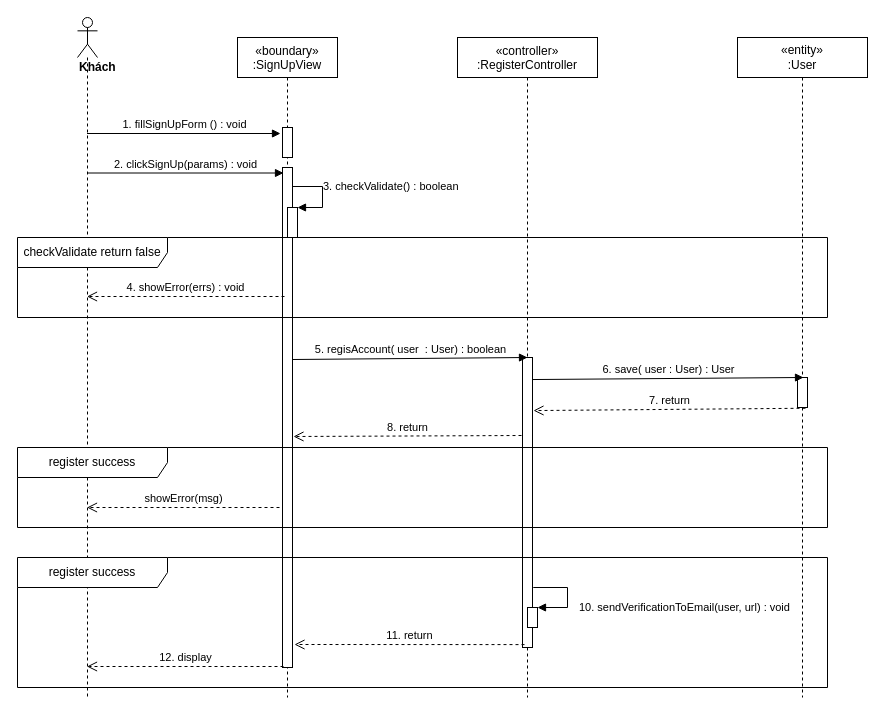
Above: sequence diagram/register-sequence-diagram.drawio in nguyenphamvan/datn_20202 (draw.io), before the change. Source tidied: cells renumbered, new cells numbered last; positions are measured from the earlier drawing's top-left corner, leaving out a move shared by most shapes. Both pictures are drawn from the tidied source at 100%, with x=0, y=0 at pixel (17, 17).
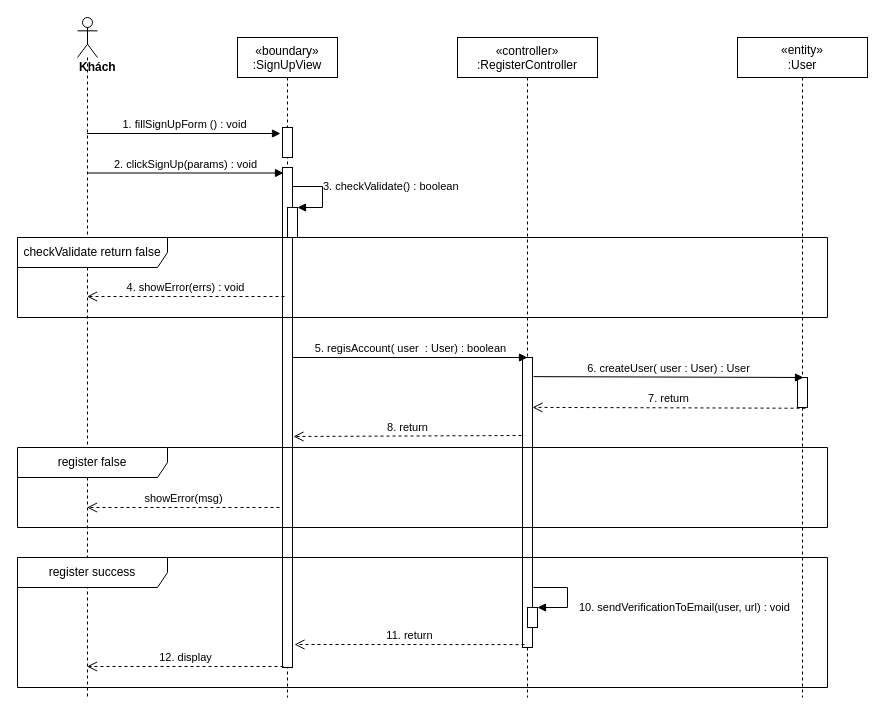
The same diagram, later.

Unchanged cells that the change refers to:
```xml
<mxCell id="3" style="html=1;points=[];perimeter=orthogonalPerimeter;" parent="2" vertex="1">
  <mxGeometry x="45" y="130" width="10" height="500" as="geometry" />
</mxCell>
<mxCell id="5" style="points=[];perimeter=orthogonalPerimeter;rounded=0;shadow=0;strokeWidth=1;" parent="4" vertex="1">
  <mxGeometry x="65" y="320" width="10" height="290" as="geometry" />
</mxCell>
<mxCell id="11" style="points=[];perimeter=orthogonalPerimeter;rounded=0;shadow=0;strokeWidth=1;" parent="10" vertex="1">
  <mxGeometry x="60" y="340" width="10" height="30" as="geometry" />
</mxCell>
```

What changed in the source:
```diff
@@
-    <mxCell id="9" value="5. regisAccount( user&amp;nbsp; : User) : boolean" style="html=1;verticalAlign=bottom;endArrow=block;entryX=0.5;entryY=0;entryDx=0;entryDy=0;entryPerimeter=0;startArrow=none;exitX=1;exitY=0.384;exitDx=0;exitDy=0;exitPerimeter=0;" parent="1" edge="1" source="3" target="5">
-      <mxGeometry relative="1" as="geometry" />
+    <mxCell id="9" value="5. regisAccount( user&amp;nbsp; : User) : boolean" style="html=1;verticalAlign=bottom;endArrow=block;entryX=0.5;entryY=0;entryDx=0;entryDy=0;entryPerimeter=0;startArrow=none;" parent="1" edge="1" target="5">
+      <mxGeometry relative="1" as="geometry">
+        <mxPoint x="275" y="340" as="sourcePoint" />
+      </mxGeometry>
     </mxCell>
@@
-    <mxCell id="12" value="6. save( user : User) : User" style="html=1;verticalAlign=bottom;endArrow=block;entryX=0.6;entryY=0;entryDx=0;entryDy=0;entryPerimeter=0;exitX=1;exitY=0.076;exitDx=0;exitDy=0;exitPerimeter=0;" parent="1" edge="1" source="5" target="11">
+    <mxCell id="12" value="6. createUser( user : User) : User" style="html=1;verticalAlign=bottom;endArrow=block;entryX=0.6;entryY=0;entryDx=0;entryDy=0;entryPerimeter=0;exitX=1.1;exitY=0.066;exitDx=0;exitDy=0;exitPerimeter=0;" parent="1" edge="1" source="5" target="11">
       <mxGeometry relative="1" as="geometry" />
     </mxCell>
-    <mxCell id="13" value="7. return" style="html=1;verticalAlign=bottom;endArrow=open;dashed=1;endSize=8;exitX=0.8;exitY=1.025;exitDx=0;exitDy=0;exitPerimeter=0;entryX=1.1;entryY=0.183;entryDx=0;entryDy=0;entryPerimeter=0;" parent="1" edge="1" source="11" target="5">
+    <mxCell id="13" value="7. return" style="html=1;verticalAlign=bottom;endArrow=open;dashed=1;endSize=8;exitX=0.8;exitY=1.025;exitDx=0;exitDy=0;exitPerimeter=0;entryX=1;entryY=0.172;entryDx=0;entryDy=0;entryPerimeter=0;" parent="1" edge="1" source="11" target="5">
       <mxGeometry relative="1" as="geometry" />
     </mxCell>
@@
-    <mxCell id="21" value="register success" style="shape=umlFrame;whiteSpace=wrap;html=1;width=150;height=30;" parent="1" vertex="1">
+    <mxCell id="21" value="register false" style="shape=umlFrame;whiteSpace=wrap;html=1;width=150;height=30;" parent="1" vertex="1">
       <mxGeometry y="430" width="810" height="80" as="geometry" />
     </mxCell>
```
